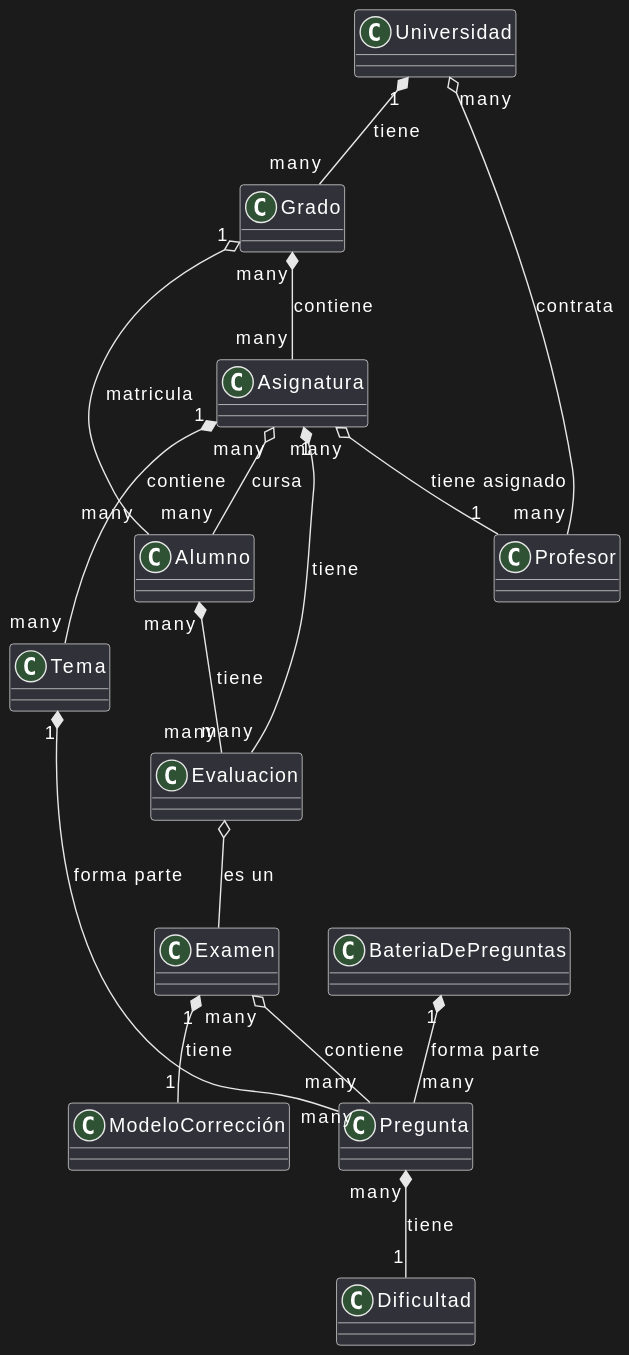
The PlantUML diagram documents/modelos/diagramas/diagramaEntidad/diagramaEntidad.svg in martinlopez7/25-26-IdSw1-SdR, before a commit. The source it was exported from:
```plantuml
@startuml
class Universidad
class Profesor
class Grado
class Asignatura
class Alumno
class Pregunta
class Evaluacion
class Examen
class Tema
class BateriaDePreguntas
Class ModeloCorrección
class Dificultad

Universidad "1" *-- "many" Grado : tiene
Universidad "many" o-- "many" Profesor : contrata
Grado "1" o-- "many" Alumno : matricula
Grado "many" *-- "many" Asignatura : contiene
Asignatura "many" o-- "1" Profesor : tiene asignado
Asignatura "many" o-- "many" Alumno : cursa
Asignatura "1" *-- "many" Evaluacion : tiene
Evaluacion o-- Examen : es un
Examen "many" o-- "many" Pregunta : contiene
Asignatura "1" *-- "many" Tema : contiene
Tema "1" *-- "many" Pregunta : forma parte
Alumno "many" *-- "many" Evaluacion : tiene
BateriaDePreguntas "1" *-- "many" Pregunta : forma parte
Pregunta "many" *-- "1" Dificultad : tiene
Examen "1" *-- "1" ModeloCorrección : tiene
@enduml
```
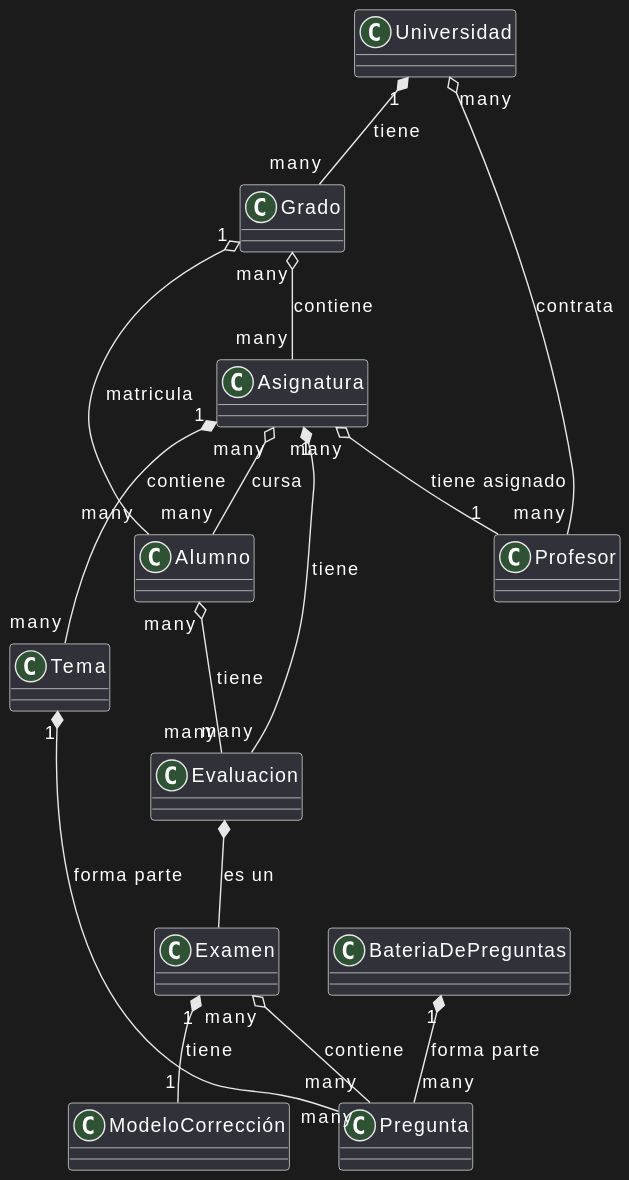
Above is the later version.

Commit message:
fix(mdd): Corrige relaciones de entidades [refs #12]

The edit, as a diff of the source:
```diff
@@ -10,21 +10,20 @@
 class Tema
 class BateriaDePreguntas
 Class ModeloCorrección
-class Dificultad
+
 
 Universidad "1" *-- "many" Grado : tiene
 Universidad "many" o-- "many" Profesor : contrata
 Grado "1" o-- "many" Alumno : matricula
-Grado "many" *-- "many" Asignatura : contiene
+Grado "many" o-- "many" Asignatura : contiene
 Asignatura "many" o-- "1" Profesor : tiene asignado
 Asignatura "many" o-- "many" Alumno : cursa
 Asignatura "1" *-- "many" Evaluacion : tiene
-Evaluacion o-- Examen : es un
+Evaluacion *-- Examen : es un
 Examen "many" o-- "many" Pregunta : contiene
 Asignatura "1" *-- "many" Tema : contiene
 Tema "1" *-- "many" Pregunta : forma parte
-Alumno "many" *-- "many" Evaluacion : tiene
+Alumno "many" o-- "many" Evaluacion : tiene
 BateriaDePreguntas "1" *-- "many" Pregunta : forma parte
-Pregunta "many" *-- "1" Dificultad : tiene
 Examen "1" *-- "1" ModeloCorrección : tiene
 @enduml
```
